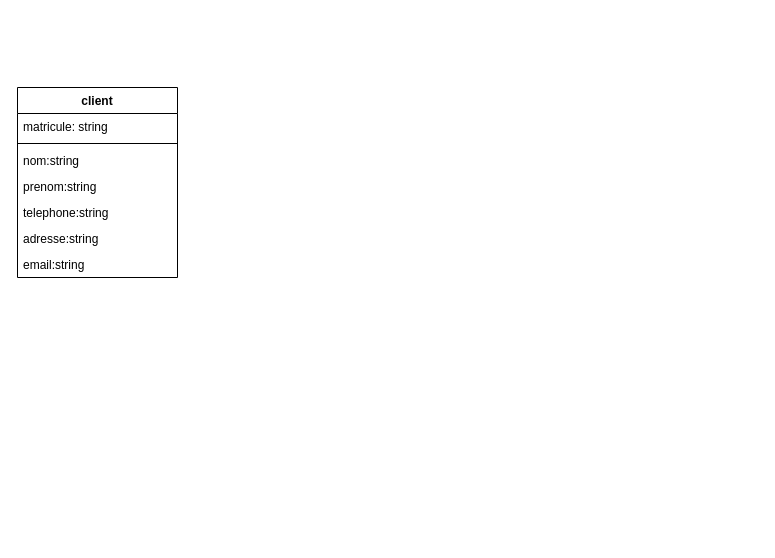
barryousmane61284-ctrl/Restaurant- keeps this draw.io diagram as analyse.drawio. Above is the earlier version. Source tidied: cells renumbered, new cells numbered last; positions are measured from the earlier drawing's top-left corner, leaving out a move shared by most shapes. Both pictures are drawn from the tidied source at 100%, with x=0, y=0 at pixel (17, 87).
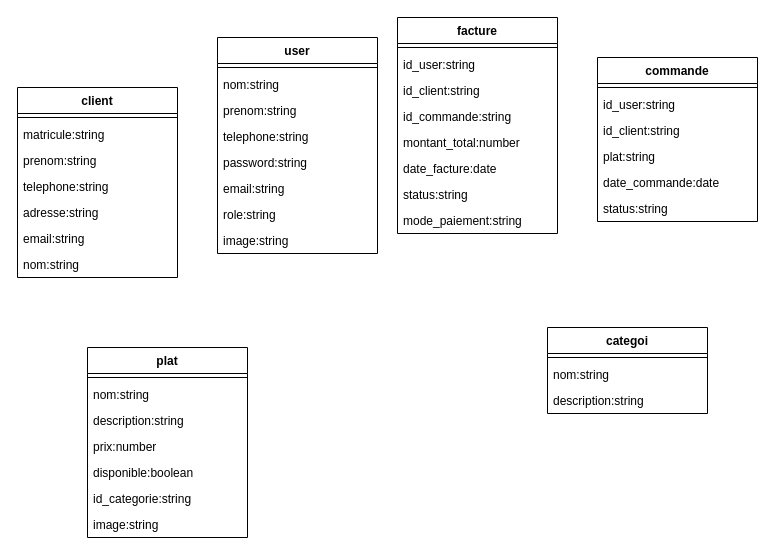
After the change.

Unchanged cells that the change refers to:
```xml
<mxCell id="2" value="client" style="swimlane;fontStyle=1;align=center;verticalAlign=top;horizontal=1;startSize=26;whiteSpace=wrap;html=1;" parent="1" vertex="1">
  <mxGeometry width="160" height="190" as="geometry" />
</mxCell>
```

The edit, as a diff of the source:
```diff
@@
-    <mxCell id="3" value="matricule: string" style="text;strokeColor=none;fillColor=none;align=left;verticalAlign=top;spacingLeft=4;spacingRight=4;overflow=hidden;whiteSpace=wrap;html=1;" parent="2" vertex="1">
-      <mxGeometry y="26" width="160" height="26" as="geometry" />
-    </mxCell>
-    <mxCell id="4" style="line;strokeWidth=1;fillColor=none;align=left;verticalAlign=middle;spacingTop=-1;spacingLeft=3;spacingRight=3;labelPosition=right;strokeColor=inherit;" parent="2" vertex="1">
-      <mxGeometry y="52" width="160" height="8" as="geometry" />
-    </mxCell>
-    <mxCell id="5" value="nom:string&lt;div&gt;&lt;br&gt;&lt;/div&gt;" style="text;strokeColor=none;fillColor=none;align=left;verticalAlign=top;spacingLeft=4;spacingRight=4;overflow=hidden;whiteSpace=wrap;html=1;" parent="2" vertex="1">
-      <mxGeometry y="60" width="160" height="26" as="geometry" />
-    </mxCell>
-    <mxCell id="6" value="prenom:string&lt;div&gt;&lt;br&gt;&lt;/div&gt;" style="text;strokeColor=none;fillColor=none;align=left;verticalAlign=top;spacingLeft=4;spacingRight=4;overflow=hidden;whiteSpace=wrap;html=1;" parent="2" vertex="1">
-      <mxGeometry y="86" width="160" height="26" as="geometry" />
-    </mxCell>
-    <mxCell id="7" value="telephone:string&lt;div&gt;&lt;br&gt;&lt;/div&gt;" style="text;strokeColor=none;fillColor=none;align=left;verticalAlign=top;spacingLeft=4;spacingRight=4;overflow=hidden;whiteSpace=wrap;html=1;" parent="2" vertex="1">
-      <mxGeometry y="112" width="160" height="26" as="geometry" />
-    </mxCell>
+    <mxCell id="10" style="line;strokeWidth=1;fillColor=none;align=left;verticalAlign=middle;spacingTop=-1;spacingLeft=3;spacingRight=3;labelPosition=right;strokeColor=inherit;" parent="2" vertex="1">
+      <mxGeometry y="26" width="160" height="8" as="geometry" />
+    </mxCell>
+    <mxCell id="11" value="matricule:string&lt;div&gt;&lt;br&gt;&lt;/div&gt;" style="text;strokeColor=none;fillColor=none;align=left;verticalAlign=top;spacingLeft=4;spacingRight=4;overflow=hidden;whiteSpace=wrap;html=1;" parent="2" vertex="1">
+      <mxGeometry y="34" width="160" height="26" as="geometry" />
+    </mxCell>
+    <mxCell id="12" value="prenom:string&lt;div&gt;&lt;br&gt;&lt;/div&gt;" style="text;strokeColor=none;fillColor=none;align=left;verticalAlign=top;spacingLeft=4;spacingRight=4;overflow=hidden;whiteSpace=wrap;html=1;" parent="2" vertex="1">
+      <mxGeometry y="60" width="160" height="26" as="geometry" />
+    </mxCell>
+    <mxCell id="13" value="telephone:string&lt;div&gt;&lt;br&gt;&lt;/div&gt;" style="text;strokeColor=none;fillColor=none;align=left;verticalAlign=top;spacingLeft=4;spacingRight=4;overflow=hidden;whiteSpace=wrap;html=1;" parent="2" vertex="1">
+      <mxGeometry y="86" width="160" height="26" as="geometry" />
+    </mxCell>
     <mxCell id="8" value="adresse:string&lt;div&gt;&lt;br&gt;&lt;/div&gt;" style="text;strokeColor=none;fillColor=none;align=left;verticalAlign=top;spacingLeft=4;spacingRight=4;overflow=hidden;whiteSpace=wrap;html=1;" parent="2" vertex="1">
-      <mxGeometry y="138" width="160" height="26" as="geometry" />
+      <mxGeometry y="112" width="160" height="26" as="geometry" />
     </mxCell>
-    <mxCell id="9" value="email:string&lt;div&gt;&lt;br&gt;&lt;/div&gt;" style="text;strokeColor=none;fillColor=none;align=left;verticalAlign=top;spacingLeft=4;spacingRight=4;overflow=hidden;whiteSpace=wrap;html=1;" parent="2" vertex="1">
-      <mxGeometry y="164" width="160" height="26" as="geometry" />
-    </mxCell>
+    <mxCell id="14" value="email:string&lt;div&gt;&lt;br&gt;&lt;/div&gt;" style="text;strokeColor=none;fillColor=none;align=left;verticalAlign=top;spacingLeft=4;spacingRight=4;overflow=hidden;whiteSpace=wrap;html=1;" parent="2" vertex="1">
+      <mxGeometry y="138" width="160" height="26" as="geometry" />
+    </mxCell>
+    <mxCell id="15" value="nom:string&lt;div&gt;&lt;br&gt;&lt;/div&gt;" style="text;strokeColor=none;fillColor=none;align=left;verticalAlign=top;spacingLeft=4;spacingRight=4;overflow=hidden;whiteSpace=wrap;html=1;" parent="2" vertex="1">
+      <mxGeometry y="164" width="160" height="26" as="geometry" />
+    </mxCell>
+    <mxCell id="16" value="user" style="swimlane;fontStyle=1;align=center;verticalAlign=top;horizontal=1;startSize=26;whiteSpace=wrap;html=1;" parent="1" vertex="1">
+      <mxGeometry x="200" y="-50" width="160" height="216" as="geometry" />
+    </mxCell>
+    <mxCell id="17" style="line;strokeWidth=1;fillColor=none;align=left;verticalAlign=middle;spacingTop=-1;spacingLeft=3;spacingRight=3;labelPosition=right;strokeColor=inherit;" parent="16" vertex="1">
+      <mxGeometry y="26" width="160" height="8" as="geometry" />
+    </mxCell>
+    <mxCell id="18" value="nom:string&lt;div&gt;&lt;br&gt;&lt;/div&gt;" style="text;strokeColor=none;fillColor=none;align=left;verticalAlign=top;spacingLeft=4;spacingRight=4;overflow=hidden;whiteSpace=wrap;html=1;" parent="16" vertex="1">
+      <mxGeometry y="34" width="160" height="26" as="geometry" />
+    </mxCell>
+    <mxCell id="19" value="prenom:string&lt;div&gt;&lt;br&gt;&lt;/div&gt;" style="text;strokeColor=none;fillColor=none;align=left;verticalAlign=top;spacingLeft=4;spacingRight=4;overflow=hidden;whiteSpace=wrap;html=1;" parent="16" vertex="1">
+      <mxGeometry y="60" width="160" height="26" as="geometry" />
+    </mxCell>
+    <mxCell id="20" value="telephone:string&lt;div&gt;&lt;br&gt;&lt;/div&gt;" style="text;strokeColor=none;fillColor=none;align=left;verticalAlign=top;spacingLeft=4;spacingRight=4;overflow=hidden;whiteSpace=wrap;html=1;" parent="16" vertex="1">
+      <mxGeometry y="86" width="160" height="26" as="geometry" />
+    </mxCell>
+    <mxCell id="21" value="password:string&lt;div&gt;&lt;br&gt;&lt;/div&gt;" style="text;strokeColor=none;fillColor=none;align=left;verticalAlign=top;spacingLeft=4;spacingRight=4;overflow=hidden;whiteSpace=wrap;html=1;" parent="16" vertex="1">
+      <mxGeometry y="112" width="160" height="26" as="geometry" />
+    </mxCell>
+    <mxCell id="22" value="email:string&lt;div&gt;&lt;br&gt;&lt;/div&gt;" style="text;strokeColor=none;fillColor=none;align=left;verticalAlign=top;spacingLeft=4;spacingRight=4;overflow=hidden;whiteSpace=wrap;html=1;" parent="16" vertex="1">
+      <mxGeometry y="138" width="160" height="26" as="geometry" />
+    </mxCell>
+    <mxCell id="23" value="role:string&lt;div&gt;&lt;br&gt;&lt;/div&gt;" style="text;strokeColor=none;fillColor=none;align=left;verticalAlign=top;spacingLeft=4;spacingRight=4;overflow=hidden;whiteSpace=wrap;html=1;" parent="16" vertex="1">
+      <mxGeometry y="164" width="160" height="26" as="geometry" />
+    </mxCell>
+    <mxCell id="24" value="image:string&lt;div&gt;&lt;br&gt;&lt;/div&gt;" style="text;strokeColor=none;fillColor=none;align=left;verticalAlign=top;spacingLeft=4;spacingRight=4;overflow=hidden;whiteSpace=wrap;html=1;" parent="16" vertex="1">
+      <mxGeometry y="190" width="160" height="26" as="geometry" />
+    </mxCell>
+    <mxCell id="25" value="plat" style="swimlane;fontStyle=1;align=center;verticalAlign=top;horizontal=1;startSize=26;whiteSpace=wrap;html=1;" parent="1" vertex="1">
+      <mxGeometry x="70" y="260" width="160" height="190" as="geometry" />
+    </mxCell>
+    <mxCell id="26" style="line;strokeWidth=1;fillColor=none;align=left;verticalAlign=middle;spacingTop=-1;spacingLeft=3;spacingRight=3;labelPosition=right;strokeColor=inherit;" parent="25" vertex="1">
+      <mxGeometry y="26" width="160" height="8" as="geometry" />
+    </mxCell>
+    <mxCell id="27" value="nom:string&lt;div&gt;&lt;br&gt;&lt;/div&gt;" style="text;strokeColor=none;fillColor=none;align=left;verticalAlign=top;spacingLeft=4;spacingRight=4;overflow=hidden;whiteSpace=wrap;html=1;" parent="25" vertex="1">
+      <mxGeometry y="34" width="160" height="26" as="geometry" />
+    </mxCell>
+    <mxCell id="28" value="description:string&lt;div&gt;&lt;br&gt;&lt;/div&gt;" style="text;strokeColor=none;fillColor=none;align=left;verticalAlign=top;spacingLeft=4;spacingRight=4;overflow=hidden;whiteSpace=wrap;html=1;" parent="25" vertex="1">
+      <mxGeometry y="60" width="160" height="26" as="geometry" />
+    </mxCell>
+    <mxCell id="29" value="prix:number&lt;div&gt;&lt;br&gt;&lt;/div&gt;" style="text;strokeColor=none;fillColor=none;align=left;verticalAlign=top;spacingLeft=4;spacingRight=4;overflow=hidden;whiteSpace=wrap;html=1;" parent="25" vertex="1">
+      <mxGeometry y="86" width="160" height="26" as="geometry" />
+    </mxCell>
+    <mxCell id="30" value="disponible:boolean&lt;div&gt;&lt;br&gt;&lt;/div&gt;" style="text;strokeColor=none;fillColor=none;align=left;verticalAlign=top;spacingLeft=4;spacingRight=4;overflow=hidden;whiteSpace=wrap;html=1;" parent="25" vertex="1">
+      <mxGeometry y="112" width="160" height="26" as="geometry" />
+    </mxCell>
+    <mxCell id="31" value="id_categorie:string&lt;div&gt;&lt;br&gt;&lt;/div&gt;" style="text;strokeColor=none;fillColor=none;align=left;verticalAlign=top;spacingLeft=4;spacingRight=4;overflow=hidden;whiteSpace=wrap;html=1;" parent="25" vertex="1">
+      <mxGeometry y="138" width="160" height="26" as="geometry" />
+    </mxCell>
+    <mxCell id="32" value="image:string&lt;div&gt;&lt;br&gt;&lt;/div&gt;" style="text;strokeColor=none;fillColor=none;align=left;verticalAlign=top;spacingLeft=4;spacingRight=4;overflow=hidden;whiteSpace=wrap;html=1;" parent="25" vertex="1">
+      <mxGeometry y="164" width="160" height="26" as="geometry" />
+    </mxCell>
+    <mxCell id="33" value="facture" style="swimlane;fontStyle=1;align=center;verticalAlign=top;horizontal=1;startSize=26;whiteSpace=wrap;html=1;" parent="1" vertex="1">
+      <mxGeometry x="380" y="-70" width="160" height="216" as="geometry" />
+    </mxCell>
+    <mxCell id="34" style="line;strokeWidth=1;fillColor=none;align=left;verticalAlign=middle;spacingTop=-1;spacingLeft=3;spacingRight=3;labelPosition=right;strokeColor=inherit;" parent="33" vertex="1">
+      <mxGeometry y="26" width="160" height="8" as="geometry" />
+    </mxCell>
+    <mxCell id="35" value="id_user:string&lt;div&gt;&lt;br&gt;&lt;/div&gt;" style="text;strokeColor=none;fillColor=none;align=left;verticalAlign=top;spacingLeft=4;spacingRight=4;overflow=hidden;whiteSpace=wrap;html=1;" parent="33" vertex="1">
+      <mxGeometry y="34" width="160" height="26" as="geometry" />
+    </mxCell>
+    <mxCell id="36" value="id_client:string&lt;div&gt;&lt;br&gt;&lt;/div&gt;" style="text;strokeColor=none;fillColor=none;align=left;verticalAlign=top;spacingLeft=4;spacingRight=4;overflow=hidden;whiteSpace=wrap;html=1;" parent="33" vertex="1">
+      <mxGeometry y="60" width="160" height="26" as="geometry" />
+    </mxCell>
+    <mxCell id="37" value="id_commande:string&lt;div&gt;&lt;br&gt;&lt;/div&gt;" style="text;strokeColor=none;fillColor=none;align=left;verticalAlign=top;spacingLeft=4;spacingRight=4;overflow=hidden;whiteSpace=wrap;html=1;" parent="33" vertex="1">
+      <mxGeometry y="86" width="160" height="26" as="geometry" />
+    </mxCell>
+    <mxCell id="38" value="montant_total:number&lt;div&gt;&lt;br&gt;&lt;/div&gt;" style="text;strokeColor=none;fillColor=none;align=left;verticalAlign=top;spacingLeft=4;spacingRight=4;overflow=hidden;whiteSpace=wrap;html=1;" parent="33" vertex="1">
+      <mxGeometry y="112" width="160" height="26" as="geometry" />
+    </mxCell>
+    <mxCell id="39" value="date_facture:date" style="text;strokeColor=none;fillColor=none;align=left;verticalAlign=top;spacingLeft=4;spacingRight=4;overflow=hidden;whiteSpace=wrap;html=1;" parent="33" vertex="1">
+      <mxGeometry y="138" width="160" height="26" as="geometry" />
+    </mxCell>
+    <mxCell id="40" value="status:string" style="text;strokeColor=none;fillColor=none;align=left;verticalAlign=top;spacingLeft=4;spacingRight=4;overflow=hidden;whiteSpace=wrap;html=1;" parent="33" vertex="1">
+      <mxGeometry y="164" width="160" height="26" as="geometry" />
+    </mxCell>
+    <mxCell id="41" value="mode_paiement:string" style="text;strokeColor=none;fillColor=none;align=left;verticalAlign=top;spacingLeft=4;spacingRight=4;overflow=hidden;whiteSpace=wrap;html=1;" parent="33" vertex="1">
+      <mxGeometry y="190" width="160" height="26" as="geometry" />
+    </mxCell>
+    <mxCell id="42" value="categoi" style="swimlane;fontStyle=1;align=center;verticalAlign=top;horizontal=1;startSize=26;whiteSpace=wrap;html=1;" parent="1" vertex="1">
+      <mxGeometry x="530" y="240" width="160" height="86" as="geometry" />
+    </mxCell>
+    <mxCell id="43" style="line;strokeWidth=1;fillColor=none;align=left;verticalAlign=middle;spacingTop=-1;spacingLeft=3;spacingRight=3;labelPosition=right;strokeColor=inherit;" parent="42" vertex="1">
+      <mxGeometry y="26" width="160" height="8" as="geometry" />
+    </mxCell>
+    <mxCell id="44" value="nom:string&lt;div&gt;&lt;br&gt;&lt;/div&gt;" style="text;strokeColor=none;fillColor=none;align=left;verticalAlign=top;spacingLeft=4;spacingRight=4;overflow=hidden;whiteSpace=wrap;html=1;" parent="42" vertex="1">
+      <mxGeometry y="34" width="160" height="26" as="geometry" />
+    </mxCell>
+    <mxCell id="45" value="description:string" style="text;strokeColor=none;fillColor=none;align=left;verticalAlign=top;spacingLeft=4;spacingRight=4;overflow=hidden;whiteSpace=wrap;html=1;" parent="42" vertex="1">
+      <mxGeometry y="60" width="160" height="26" as="geometry" />
+    </mxCell>
+    <mxCell id="46" value="commande" style="swimlane;fontStyle=1;align=center;verticalAlign=top;horizontal=1;startSize=26;whiteSpace=wrap;html=1;" parent="1" vertex="1">
+      <mxGeometry x="580" y="-30" width="160" height="164" as="geometry" />
+    </mxCell>
+    <mxCell id="47" style="line;strokeWidth=1;fillColor=none;align=left;verticalAlign=middle;spacingTop=-1;spacingLeft=3;spacingRight=3;labelPosition=right;strokeColor=inherit;" parent="46" vertex="1">
+      <mxGeometry y="26" width="160" height="8" as="geometry" />
+    </mxCell>
+    <mxCell id="48" value="id_user:string&lt;div&gt;&lt;br&gt;&lt;/div&gt;" style="text;strokeColor=none;fillColor=none;align=left;verticalAlign=top;spacingLeft=4;spacingRight=4;overflow=hidden;whiteSpace=wrap;html=1;" parent="46" vertex="1">
+      <mxGeometry y="34" width="160" height="26" as="geometry" />
+    </mxCell>
+    <mxCell id="49" value="id_client:string&lt;div&gt;&lt;br&gt;&lt;/div&gt;" style="text;strokeColor=none;fillColor=none;align=left;verticalAlign=top;spacingLeft=4;spacingRight=4;overflow=hidden;whiteSpace=wrap;html=1;" parent="46" vertex="1">
+      <mxGeometry y="60" width="160" height="26" as="geometry" />
+    </mxCell>
+    <mxCell id="50" value="plat:string" style="text;strokeColor=none;fillColor=none;align=left;verticalAlign=top;spacingLeft=4;spacingRight=4;overflow=hidden;whiteSpace=wrap;html=1;" parent="46" vertex="1">
+      <mxGeometry y="86" width="160" height="26" as="geometry" />
+    </mxCell>
+    <mxCell id="51" value="date_commande:date&lt;div&gt;&lt;br&gt;&lt;/div&gt;" style="text;strokeColor=none;fillColor=none;align=left;verticalAlign=top;spacingLeft=4;spacingRight=4;overflow=hidden;whiteSpace=wrap;html=1;" parent="46" vertex="1">
+      <mxGeometry y="112" width="160" height="26" as="geometry" />
+    </mxCell>
+    <mxCell id="52" value="&lt;div style=&quot;color: rgb(204, 204, 204); background-color: rgb(31, 31, 31); font-family: &amp;quot;Droid Sans Mono&amp;quot;, &amp;quot;monospace&amp;quot;, monospace; font-size: 14px; line-height: 19px;&quot;&gt;&lt;/div&gt;status:string&lt;div&gt;&lt;br&gt;&lt;/div&gt;" style="text;strokeColor=none;fillColor=none;align=left;verticalAlign=top;spacingLeft=4;spacingRight=4;overflow=hidden;whiteSpace=wrap;html=1;" parent="46" vertex="1">
+      <mxGeometry y="138" width="160" height="26" as="geometry" />
+    </mxCell>
```
